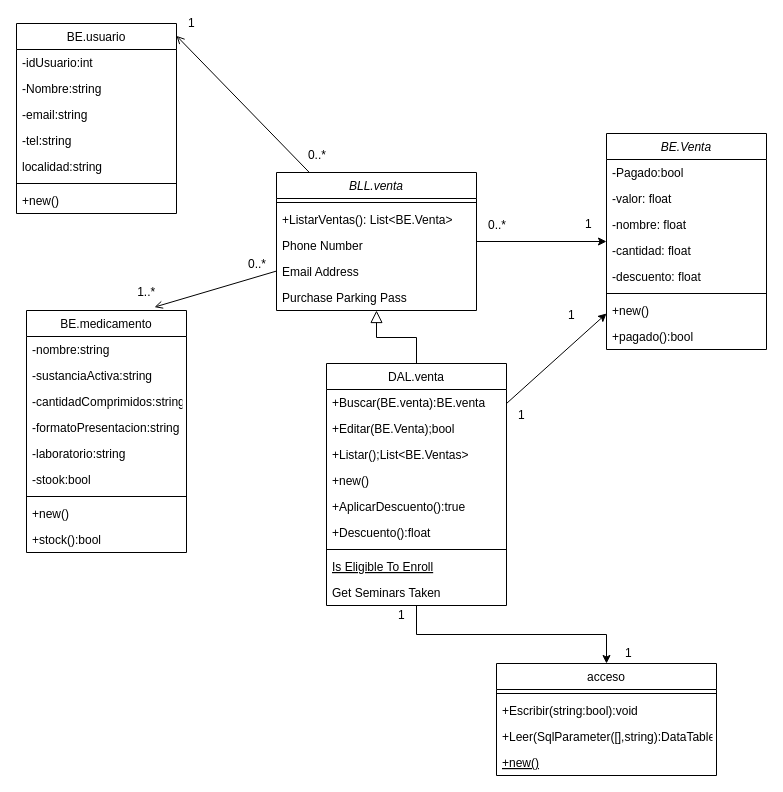
Above: ayds3.drawio in phoenix1179/BD (draw.io), before the change. Source tidied: cells renumbered, new cells numbered last; positions are measured from the earlier drawing's top-left corner, leaving out a move shared by most shapes. Both pictures are drawn from the tidied source at 100%, with x=0, y=0 at pixel (16, 23).
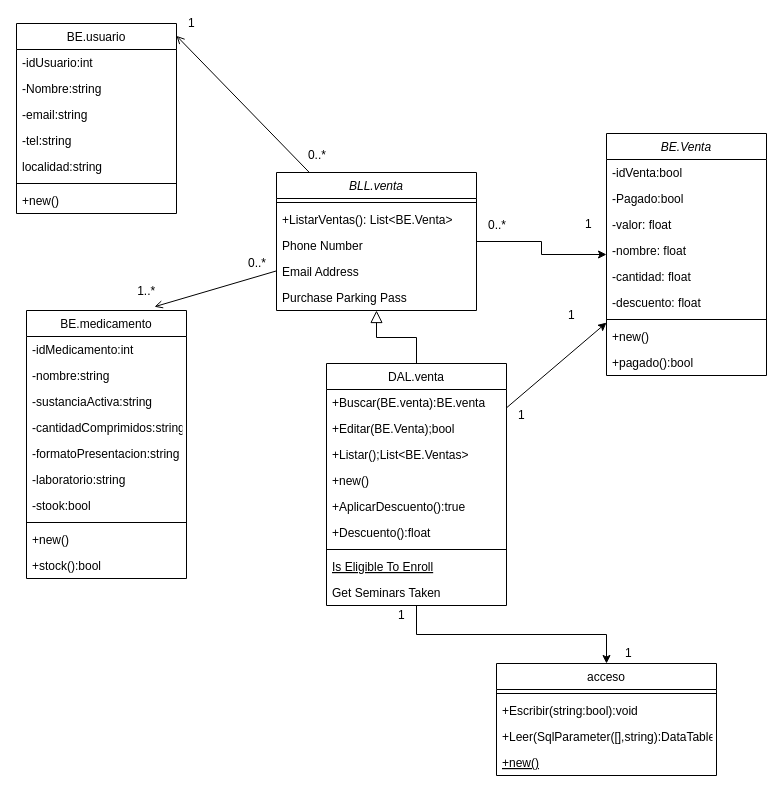
The same page after the edit.

What changed in the source:
```diff
@@
     <mxCell id="21" value="BE.medicamento" style="swimlane;fontStyle=0;align=center;verticalAlign=top;horizontal=1;startSize=26;rounded=0;shadow=0;strokeWidth=1;" parent="1" vertex="1">
-      <mxGeometry x="10" y="287" width="160" height="242" as="geometry" />
+      <mxGeometry x="10" y="287" width="160" height="268" as="geometry" />
     </mxCell>
+    <mxCell id="66" value="-idMedicamento:int" style="text;align=left;verticalAlign=top;spacingLeft=4;spacingRight=4;overflow=hidden;" parent="21" vertex="1">
+      <mxGeometry y="26" width="160" height="26" as="geometry" />
+    </mxCell>
     <mxCell id="22" value="-nombre:string" style="text;align=left;verticalAlign=top;spacingLeft=4;spacingRight=4;overflow=hidden;" parent="21" vertex="1">
-      <mxGeometry y="26" width="160" height="26" as="geometry" />
+      <mxGeometry y="52" width="160" height="26" as="geometry" />
     </mxCell>
     <mxCell id="23" value="-sustanciaActiva:string" style="text;align=left;verticalAlign=top;spacingLeft=4;spacingRight=4;overflow=hidden;rounded=0;shadow=0;html=0;" parent="21" vertex="1">
-      <mxGeometry y="52" width="160" height="26" as="geometry" />
+      <mxGeometry y="78" width="160" height="26" as="geometry" />
     </mxCell>
     <mxCell id="24" value="-cantidadComprimidos:string" style="text;align=left;verticalAlign=top;spacingLeft=4;spacingRight=4;overflow=hidden;rounded=0;shadow=0;html=0;" parent="21" vertex="1">
-      <mxGeometry y="78" width="160" height="26" as="geometry" />
+      <mxGeometry y="104" width="160" height="26" as="geometry" />
     </mxCell>
     <mxCell id="25" value="-formatoPresentacion:string" style="text;align=left;verticalAlign=top;spacingLeft=4;spacingRight=4;overflow=hidden;rounded=0;shadow=0;html=0;" parent="21" vertex="1">
-      <mxGeometry y="104" width="160" height="26" as="geometry" />
+      <mxGeometry y="130" width="160" height="26" as="geometry" />
     </mxCell>
     <mxCell id="26" value="-laboratorio:string" style="text;align=left;verticalAlign=top;spacingLeft=4;spacingRight=4;overflow=hidden;rounded=0;shadow=0;html=0;" parent="21" vertex="1">
-      <mxGeometry y="130" width="160" height="26" as="geometry" />
+      <mxGeometry y="156" width="160" height="26" as="geometry" />
     </mxCell>
     <mxCell id="27" value="-stook:bool" style="text;align=left;verticalAlign=top;spacingLeft=4;spacingRight=4;overflow=hidden;rounded=0;shadow=0;html=0;" parent="21" vertex="1">
-      <mxGeometry y="156" width="160" height="26" as="geometry" />
+      <mxGeometry y="182" width="160" height="26" as="geometry" />
     </mxCell>
     <mxCell id="28" style="line;html=1;strokeWidth=1;align=left;verticalAlign=middle;spacingTop=-1;spacingLeft=3;spacingRight=3;labelPosition=right;" parent="21" vertex="1">
-      <mxGeometry y="182" width="160" height="8" as="geometry" />
+      <mxGeometry y="208" width="160" height="8" as="geometry" />
     </mxCell>
     <mxCell id="29" value="+new()" style="text;align=left;verticalAlign=top;spacingLeft=4;spacingRight=4;overflow=hidden;" parent="21" vertex="1">
-      <mxGeometry y="190" width="160" height="26" as="geometry" />
+      <mxGeometry y="216" width="160" height="26" as="geometry" />
     </mxCell>
     <mxCell id="30" value="+stock():bool" style="text;align=left;verticalAlign=top;spacingLeft=4;spacingRight=4;overflow=hidden;" parent="21" vertex="1">
-      <mxGeometry y="216" width="160" height="26" as="geometry" />
+      <mxGeometry y="242" width="160" height="26" as="geometry" />
     </mxCell>
@@
     <mxCell id="50" value="BE.Venta" style="swimlane;fontStyle=2;align=center;verticalAlign=top;horizontal=1;startSize=26;rounded=0;shadow=0;strokeWidth=1;" parent="1" vertex="1">
-      <mxGeometry x="590" y="110" width="160" height="216" as="geometry" />
+      <mxGeometry x="590" y="110" width="160" height="242" as="geometry" />
     </mxCell>
+    <mxCell id="67" value="-idVenta:bool" style="text;align=left;verticalAlign=top;spacingLeft=4;spacingRight=4;overflow=hidden;" parent="50" vertex="1">
+      <mxGeometry y="26" width="160" height="26" as="geometry" />
+    </mxCell>
     <mxCell id="51" value="-Pagado:bool" style="text;align=left;verticalAlign=top;spacingLeft=4;spacingRight=4;overflow=hidden;" parent="50" vertex="1">
-      <mxGeometry y="26" width="160" height="26" as="geometry" />
+      <mxGeometry y="52" width="160" height="26" as="geometry" />
     </mxCell>
     <mxCell id="52" value="-valor: float" style="text;align=left;verticalAlign=top;spacingLeft=4;spacingRight=4;overflow=hidden;rounded=0;shadow=0;html=0;" parent="50" vertex="1">
-      <mxGeometry y="52" width="160" height="26" as="geometry" />
+      <mxGeometry y="78" width="160" height="26" as="geometry" />
     </mxCell>
     <mxCell id="53" value="-nombre: float" style="text;align=left;verticalAlign=top;spacingLeft=4;spacingRight=4;overflow=hidden;rounded=0;shadow=0;html=0;" parent="50" vertex="1">
-      <mxGeometry y="78" width="160" height="26" as="geometry" />
+      <mxGeometry y="104" width="160" height="26" as="geometry" />
     </mxCell>
     <mxCell id="54" value="-cantidad: float" style="text;align=left;verticalAlign=top;spacingLeft=4;spacingRight=4;overflow=hidden;rounded=0;shadow=0;html=0;" parent="50" vertex="1">
-      <mxGeometry y="104" width="160" height="26" as="geometry" />
+      <mxGeometry y="130" width="160" height="26" as="geometry" />
     </mxCell>
     <mxCell id="55" value="-descuento: float" style="text;align=left;verticalAlign=top;spacingLeft=4;spacingRight=4;overflow=hidden;rounded=0;shadow=0;html=0;" parent="50" vertex="1">
-      <mxGeometry y="130" width="160" height="26" as="geometry" />
+      <mxGeometry y="156" width="160" height="26" as="geometry" />
     </mxCell>
     <mxCell id="56" style="line;html=1;strokeWidth=1;align=left;verticalAlign=middle;spacingTop=-1;spacingLeft=3;spacingRight=3;labelPosition=right;" parent="50" vertex="1">
-      <mxGeometry y="156" width="160" height="8" as="geometry" />
+      <mxGeometry y="182" width="160" height="8" as="geometry" />
     </mxCell>
     <mxCell id="57" value="+new()" style="text;align=left;verticalAlign=top;spacingLeft=4;spacingRight=4;overflow=hidden;" parent="50" vertex="1">
-      <mxGeometry y="164" width="160" height="26" as="geometry" />
+      <mxGeometry y="190" width="160" height="26" as="geometry" />
     </mxCell>
     <mxCell id="58" value="+pagado():bool" style="text;align=left;verticalAlign=top;spacingLeft=4;spacingRight=4;overflow=hidden;" parent="50" vertex="1">
-      <mxGeometry y="190" width="160" height="26" as="geometry" />
+      <mxGeometry y="216" width="160" height="26" as="geometry" />
     </mxCell>
```
